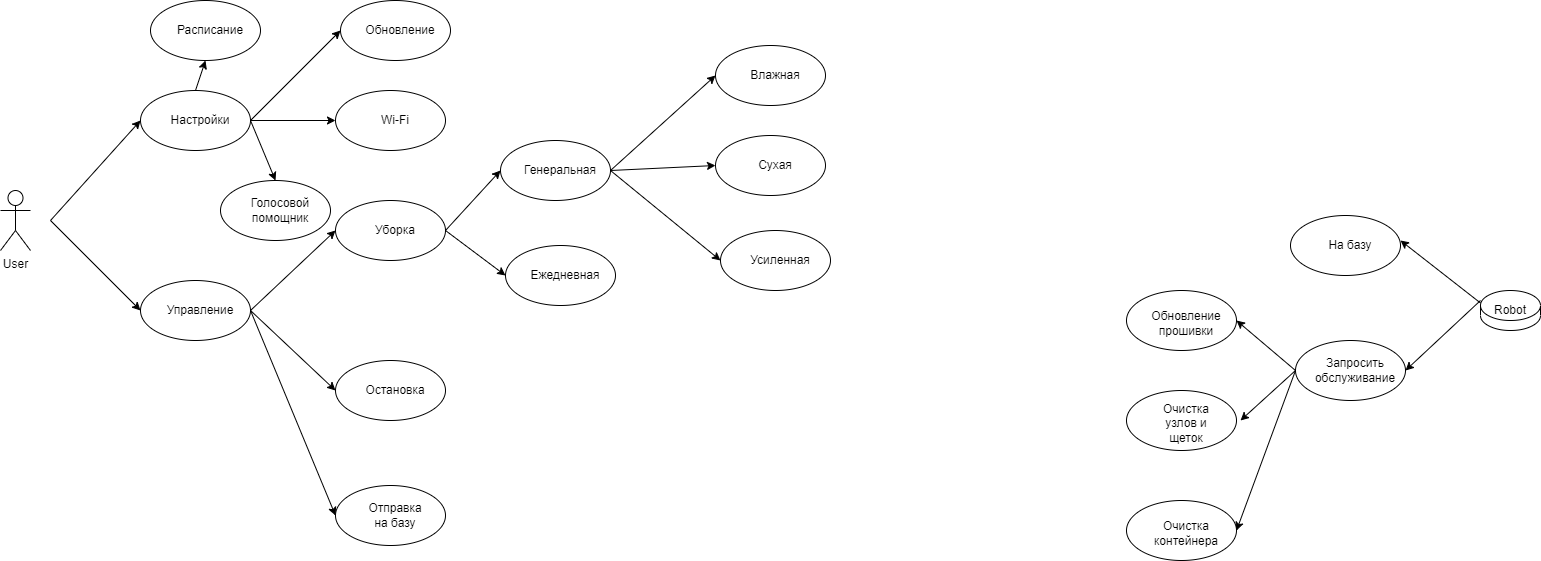
Zapad82/gb-edu keeps this draw.io diagram as PO_Architecture/Seminar10/hw_seminar10/robot_useCase.png. Above is the earlier version. Source tidied: cells renumbered, new cells last; positions are measured from the earlier drawing's top-left corner, leaving out a move shared by most shapes. Its diagram source:
```xml
<mxGraphModel>
  <root>
    <mxCell id="0" />
    <mxCell id="1" parent="0" />
    <mxCell id="2" value="User" style="shape=umlActor;verticalLabelPosition=bottom;verticalAlign=top;html=1;" parent="1" vertex="1">
      <mxGeometry y="190" width="30" height="60" as="geometry" />
    </mxCell>
    <mxCell id="3" style="ellipse;whiteSpace=wrap;html=1;" parent="1" vertex="1">
      <mxGeometry x="140" y="90" width="110" height="60" as="geometry" />
    </mxCell>
    <mxCell id="4" style="endArrow=classic;html=1;entryX=0;entryY=0.5;entryDx=0;entryDy=0;" parent="1" edge="1" target="3">
      <mxGeometry relative="1" as="geometry">
        <mxPoint x="50" y="220" as="sourcePoint" />
      </mxGeometry>
    </mxCell>
    <mxCell id="5" value="Настройки" style="text;html=1;strokeColor=none;fillColor=none;align=center;verticalAlign=middle;whiteSpace=wrap;rounded=0;" parent="1" vertex="1">
      <mxGeometry x="170" y="105" width="60" height="30" as="geometry" />
    </mxCell>
    <mxCell id="6" style="ellipse;whiteSpace=wrap;html=1;" parent="1" vertex="1">
      <mxGeometry x="340" width="110" height="60" as="geometry" />
    </mxCell>
    <mxCell id="7" value="Обновление" style="text;html=1;strokeColor=none;fillColor=none;align=center;verticalAlign=middle;whiteSpace=wrap;rounded=0;" parent="1" vertex="1">
      <mxGeometry x="370" y="15" width="60" height="30" as="geometry" />
    </mxCell>
    <mxCell id="8" style="endArrow=classic;html=1;exitX=1;exitY=0.5;exitDx=0;exitDy=0;entryX=0;entryY=0.5;entryDx=0;entryDy=0;" parent="1" edge="1" source="3" target="6">
      <mxGeometry relative="1" as="geometry" />
    </mxCell>
    <mxCell id="9" style="ellipse;whiteSpace=wrap;html=1;" parent="1" vertex="1">
      <mxGeometry x="140" y="280" width="110" height="60" as="geometry" />
    </mxCell>
    <mxCell id="10" value="Управление" style="text;html=1;strokeColor=none;fillColor=none;align=center;verticalAlign=middle;whiteSpace=wrap;rounded=0;" parent="1" vertex="1">
      <mxGeometry x="170" y="295" width="60" height="30" as="geometry" />
    </mxCell>
    <mxCell id="11" style="endArrow=classic;html=1;entryX=0;entryY=0.5;entryDx=0;entryDy=0;" parent="1" edge="1" target="9">
      <mxGeometry relative="1" as="geometry">
        <mxPoint x="50" y="220" as="sourcePoint" />
      </mxGeometry>
    </mxCell>
    <mxCell id="12" style="ellipse;whiteSpace=wrap;html=1;" parent="1" vertex="1">
      <mxGeometry x="335" y="200" width="110" height="60" as="geometry" />
    </mxCell>
    <mxCell id="13" value="Уборка" style="text;html=1;strokeColor=none;fillColor=none;align=center;verticalAlign=middle;whiteSpace=wrap;rounded=0;" parent="1" vertex="1">
      <mxGeometry x="365" y="215" width="60" height="30" as="geometry" />
    </mxCell>
    <mxCell id="14" style="endArrow=classic;html=1;entryX=0;entryY=0.5;entryDx=0;entryDy=0;exitX=1;exitY=0.5;exitDx=0;exitDy=0;" parent="1" edge="1" source="9" target="12">
      <mxGeometry relative="1" as="geometry" />
    </mxCell>
    <mxCell id="15" style="ellipse;whiteSpace=wrap;html=1;" parent="1" vertex="1">
      <mxGeometry x="335" y="360" width="110" height="60" as="geometry" />
    </mxCell>
    <mxCell id="16" value="Остановка" style="text;html=1;strokeColor=none;fillColor=none;align=center;verticalAlign=middle;whiteSpace=wrap;rounded=0;" parent="1" vertex="1">
      <mxGeometry x="365" y="375" width="60" height="30" as="geometry" />
    </mxCell>
    <mxCell id="17" style="endArrow=classic;html=1;entryX=0;entryY=0.5;entryDx=0;entryDy=0;" parent="1" edge="1" target="15">
      <mxGeometry relative="1" as="geometry">
        <mxPoint x="250" y="310" as="sourcePoint" />
      </mxGeometry>
    </mxCell>
    <mxCell id="18" style="ellipse;whiteSpace=wrap;html=1;" parent="1" vertex="1">
      <mxGeometry x="500" y="140" width="110" height="60" as="geometry" />
    </mxCell>
    <mxCell id="19" value="Генеральная" style="text;html=1;strokeColor=none;fillColor=none;align=center;verticalAlign=middle;whiteSpace=wrap;rounded=0;" parent="1" vertex="1">
      <mxGeometry x="530" y="155" width="60" height="30" as="geometry" />
    </mxCell>
    <mxCell id="20" style="endArrow=classic;html=1;entryX=0;entryY=0.5;entryDx=0;entryDy=0;" parent="1" edge="1" target="18">
      <mxGeometry relative="1" as="geometry">
        <mxPoint x="445" y="230" as="sourcePoint" />
      </mxGeometry>
    </mxCell>
    <mxCell id="21" style="ellipse;whiteSpace=wrap;html=1;" parent="1" vertex="1">
      <mxGeometry x="505" y="245" width="110" height="60" as="geometry" />
    </mxCell>
    <mxCell id="22" value="Ежедневная" style="text;html=1;strokeColor=none;fillColor=none;align=center;verticalAlign=middle;whiteSpace=wrap;rounded=0;" parent="1" vertex="1">
      <mxGeometry x="535" y="260" width="60" height="30" as="geometry" />
    </mxCell>
    <mxCell id="23" style="endArrow=classic;html=1;entryX=0;entryY=0.5;entryDx=0;entryDy=0;" parent="1" edge="1" target="21">
      <mxGeometry relative="1" as="geometry">
        <mxPoint x="445" y="230" as="sourcePoint" />
      </mxGeometry>
    </mxCell>
    <mxCell id="24" style="ellipse;whiteSpace=wrap;html=1;" parent="1" vertex="1">
      <mxGeometry x="715" y="45" width="110" height="60" as="geometry" />
    </mxCell>
    <mxCell id="25" value="Влажная" style="text;html=1;strokeColor=none;fillColor=none;align=center;verticalAlign=middle;whiteSpace=wrap;rounded=0;" parent="1" vertex="1">
      <mxGeometry x="745" y="60" width="60" height="30" as="geometry" />
    </mxCell>
    <mxCell id="26" style="ellipse;whiteSpace=wrap;html=1;" parent="1" vertex="1">
      <mxGeometry x="715" y="135" width="110" height="60" as="geometry" />
    </mxCell>
    <mxCell id="27" value="Сухая" style="text;html=1;strokeColor=none;fillColor=none;align=center;verticalAlign=middle;whiteSpace=wrap;rounded=0;" parent="1" vertex="1">
      <mxGeometry x="745" y="150" width="60" height="30" as="geometry" />
    </mxCell>
    <mxCell id="28" style="ellipse;whiteSpace=wrap;html=1;" parent="1" vertex="1">
      <mxGeometry x="720" y="230" width="110" height="60" as="geometry" />
    </mxCell>
    <mxCell id="29" value="Усиленная" style="text;html=1;strokeColor=none;fillColor=none;align=center;verticalAlign=middle;whiteSpace=wrap;rounded=0;" parent="1" vertex="1">
      <mxGeometry x="750" y="245" width="60" height="30" as="geometry" />
    </mxCell>
    <mxCell id="30" style="endArrow=classic;html=1;exitX=1;exitY=0.5;exitDx=0;exitDy=0;entryX=0;entryY=0.5;entryDx=0;entryDy=0;" parent="1" edge="1" source="18" target="28">
      <mxGeometry relative="1" as="geometry" />
    </mxCell>
    <mxCell id="31" style="endArrow=classic;html=1;entryX=0;entryY=0.5;entryDx=0;entryDy=0;" parent="1" edge="1" target="26">
      <mxGeometry relative="1" as="geometry">
        <mxPoint x="610" y="170" as="sourcePoint" />
      </mxGeometry>
    </mxCell>
    <mxCell id="32" style="endArrow=classic;html=1;entryX=0;entryY=0.5;entryDx=0;entryDy=0;" parent="1" edge="1" target="24">
      <mxGeometry relative="1" as="geometry">
        <mxPoint x="610" y="170" as="sourcePoint" />
      </mxGeometry>
    </mxCell>
    <mxCell id="33" style="ellipse;whiteSpace=wrap;html=1;" parent="1" vertex="1">
      <mxGeometry x="150" width="110" height="60" as="geometry" />
    </mxCell>
    <mxCell id="34" value="Расписание" style="text;html=1;strokeColor=none;fillColor=none;align=center;verticalAlign=middle;whiteSpace=wrap;rounded=0;" parent="1" vertex="1">
      <mxGeometry x="180" y="15" width="60" height="30" as="geometry" />
    </mxCell>
    <mxCell id="35" style="endArrow=classic;html=1;exitX=0.5;exitY=0;exitDx=0;exitDy=0;entryX=0.5;entryY=1;entryDx=0;entryDy=0;" parent="1" edge="1" source="3" target="33">
      <mxGeometry relative="1" as="geometry" />
    </mxCell>
    <mxCell id="36" style="shape=cylinder3;whiteSpace=wrap;html=1;boundedLbl=1;backgroundOutline=1;size=15;" parent="1" vertex="1">
      <mxGeometry x="1480" y="290" width="60" height="40" as="geometry" />
    </mxCell>
    <mxCell id="37" value="Robot" style="text;html=1;strokeColor=none;fillColor=none;align=center;verticalAlign=middle;whiteSpace=wrap;rounded=0;" parent="1" vertex="1">
      <mxGeometry x="1480" y="295" width="60" height="30" as="geometry" />
    </mxCell>
    <mxCell id="38" style="ellipse;whiteSpace=wrap;html=1;" parent="1" vertex="1">
      <mxGeometry x="1290" y="215" width="110" height="60" as="geometry" />
    </mxCell>
    <mxCell id="39" value="На базу" style="text;html=1;strokeColor=none;fillColor=none;align=center;verticalAlign=middle;whiteSpace=wrap;rounded=0;" parent="1" vertex="1">
      <mxGeometry x="1320" y="230" width="60" height="30" as="geometry" />
    </mxCell>
    <mxCell id="40" style="ellipse;whiteSpace=wrap;html=1;" parent="1" vertex="1">
      <mxGeometry x="1295" y="340" width="110" height="60" as="geometry" />
    </mxCell>
    <mxCell id="41" value="Запросить обслуживание" style="text;html=1;strokeColor=none;fillColor=none;align=center;verticalAlign=middle;whiteSpace=wrap;rounded=0;" parent="1" vertex="1">
      <mxGeometry x="1325" y="355" width="60" height="30" as="geometry" />
    </mxCell>
    <mxCell id="42" style="endArrow=classic;html=1;exitX=0;exitY=0.25;exitDx=0;exitDy=0;" parent="1" edge="1" source="37">
      <mxGeometry relative="1" as="geometry">
        <mxPoint x="1400" y="240" as="targetPoint" />
      </mxGeometry>
    </mxCell>
    <mxCell id="43" style="endArrow=classic;html=1;entryX=1;entryY=0.5;entryDx=0;entryDy=0;" parent="1" edge="1" target="40">
      <mxGeometry relative="1" as="geometry">
        <mxPoint x="1480" y="300" as="sourcePoint" />
      </mxGeometry>
    </mxCell>
    <mxCell id="44" style="ellipse;whiteSpace=wrap;html=1;" parent="1" vertex="1">
      <mxGeometry x="1126" y="290" width="110" height="60" as="geometry" />
    </mxCell>
    <mxCell id="45" value="Обновление прошивки" style="text;html=1;strokeColor=none;fillColor=none;align=center;verticalAlign=middle;whiteSpace=wrap;rounded=0;" parent="1" vertex="1">
      <mxGeometry x="1156" y="310" width="60" height="25" as="geometry" />
    </mxCell>
    <mxCell id="46" style="endArrow=classic;html=1;exitX=0;exitY=0.5;exitDx=0;exitDy=0;entryX=1;entryY=0.5;entryDx=0;entryDy=0;" parent="1" edge="1" source="40" target="44">
      <mxGeometry relative="1" as="geometry" />
    </mxCell>
    <mxCell id="47" style="ellipse;whiteSpace=wrap;html=1;" parent="1" vertex="1">
      <mxGeometry x="1126" y="390" width="110" height="60" as="geometry" />
    </mxCell>
    <mxCell id="48" value="Очистка узлов и щеток" style="text;html=1;strokeColor=none;fillColor=none;align=center;verticalAlign=middle;whiteSpace=wrap;rounded=0;" parent="1" vertex="1">
      <mxGeometry x="1156" y="410" width="60" height="25" as="geometry" />
    </mxCell>
    <mxCell id="49" style="endArrow=classic;html=1;exitX=0;exitY=0.5;exitDx=0;exitDy=0;" parent="1" edge="1" source="40">
      <mxGeometry relative="1" as="geometry">
        <mxPoint x="1240" y="420" as="targetPoint" />
      </mxGeometry>
    </mxCell>
    <mxCell id="50" style="ellipse;whiteSpace=wrap;html=1;" parent="1" vertex="1">
      <mxGeometry x="1126" y="500" width="110" height="60" as="geometry" />
    </mxCell>
    <mxCell id="51" value="Очистка контейнера" style="text;html=1;strokeColor=none;fillColor=none;align=center;verticalAlign=middle;whiteSpace=wrap;rounded=0;" parent="1" vertex="1">
      <mxGeometry x="1156" y="520" width="60" height="25" as="geometry" />
    </mxCell>
    <mxCell id="52" style="endArrow=classic;html=1;entryX=1;entryY=0.5;entryDx=0;entryDy=0;exitX=0;exitY=0.5;exitDx=0;exitDy=0;" parent="1" edge="1" source="40" target="50">
      <mxGeometry relative="1" as="geometry" />
    </mxCell>
    <mxCell id="53" style="ellipse;whiteSpace=wrap;html=1;" parent="1" vertex="1">
      <mxGeometry x="335" y="485" width="110" height="60" as="geometry" />
    </mxCell>
    <mxCell id="54" value="Отправка на базу" style="text;html=1;strokeColor=none;fillColor=none;align=center;verticalAlign=middle;whiteSpace=wrap;rounded=0;" parent="1" vertex="1">
      <mxGeometry x="365" y="500" width="60" height="30" as="geometry" />
    </mxCell>
    <mxCell id="55" style="endArrow=classic;html=1;exitX=1;exitY=0.5;exitDx=0;exitDy=0;entryX=0;entryY=0.5;entryDx=0;entryDy=0;" parent="1" edge="1" source="9" target="53">
      <mxGeometry relative="1" as="geometry" />
    </mxCell>
    <mxCell id="56" style="ellipse;whiteSpace=wrap;html=1;" parent="1" vertex="1">
      <mxGeometry x="335" y="90" width="110" height="60" as="geometry" />
    </mxCell>
    <mxCell id="57" value="Wi-Fi" style="text;html=1;strokeColor=none;fillColor=none;align=center;verticalAlign=middle;whiteSpace=wrap;rounded=0;" parent="1" vertex="1">
      <mxGeometry x="365" y="105" width="60" height="30" as="geometry" />
    </mxCell>
    <mxCell id="58" style="endArrow=classic;html=1;exitX=1;exitY=0.5;exitDx=0;exitDy=0;entryX=0;entryY=0.5;entryDx=0;entryDy=0;" parent="1" edge="1" source="3" target="56">
      <mxGeometry relative="1" as="geometry" />
    </mxCell>
    <mxCell id="59" style="ellipse;whiteSpace=wrap;html=1;" parent="1" vertex="1">
      <mxGeometry x="220" y="180" width="110" height="60" as="geometry" />
    </mxCell>
    <mxCell id="60" value="Голосовой помощник" style="text;html=1;strokeColor=none;fillColor=none;align=center;verticalAlign=middle;whiteSpace=wrap;rounded=0;" parent="1" vertex="1">
      <mxGeometry x="250" y="195" width="60" height="30" as="geometry" />
    </mxCell>
    <mxCell id="61" style="endArrow=classic;html=1;exitX=1;exitY=0.5;exitDx=0;exitDy=0;entryX=0.5;entryY=0;entryDx=0;entryDy=0;" parent="1" edge="1" source="3" target="59">
      <mxGeometry relative="1" as="geometry" />
    </mxCell>
  </root>
</mxGraphModel>
```
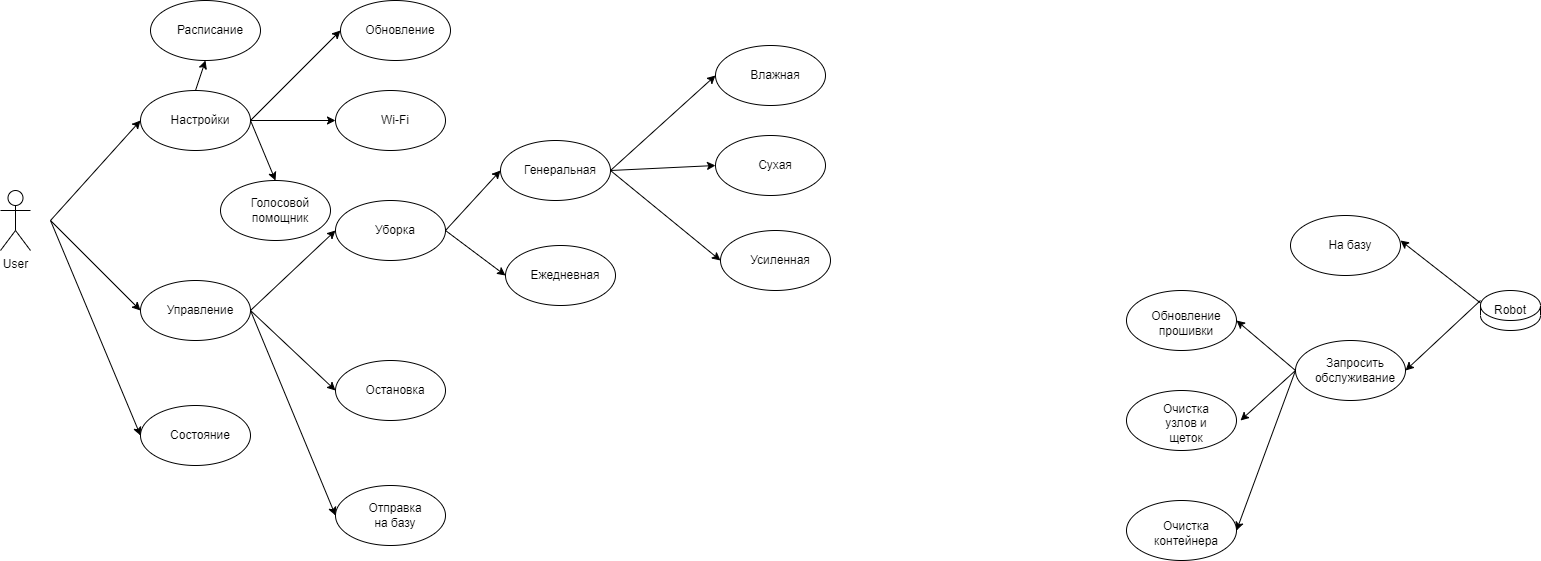
The same diagram one commit later.

Commit message:
Архитектура ПО. Семинар 10. User кейс для приложения Робота-пылесосаю Доработка

Diff of the diagram source:
```diff
@@ -202,5 +202,16 @@
     <mxCell id="61" style="endArrow=classic;html=1;exitX=1;exitY=0.5;exitDx=0;exitDy=0;entryX=0.5;entryY=0;entryDx=0;entryDy=0;" parent="1" edge="1" source="3" target="59">
       <mxGeometry relative="1" as="geometry" />
     </mxCell>
+    <mxCell id="62" style="ellipse;whiteSpace=wrap;html=1;" parent="1" vertex="1">
+      <mxGeometry x="140" y="405" width="110" height="60" as="geometry" />
+    </mxCell>
+    <mxCell id="63" value="Состояние" style="text;html=1;strokeColor=none;fillColor=none;align=center;verticalAlign=middle;whiteSpace=wrap;rounded=0;" parent="1" vertex="1">
+      <mxGeometry x="170" y="420" width="60" height="30" as="geometry" />
+    </mxCell>
+    <mxCell id="64" style="endArrow=classic;html=1;entryX=0;entryY=0.5;entryDx=0;entryDy=0;" parent="1" edge="1" target="62">
+      <mxGeometry relative="1" as="geometry">
+        <mxPoint x="50" y="220" as="sourcePoint" />
+      </mxGeometry>
+    </mxCell>
   </root>
 </mxGraphModel>
```
